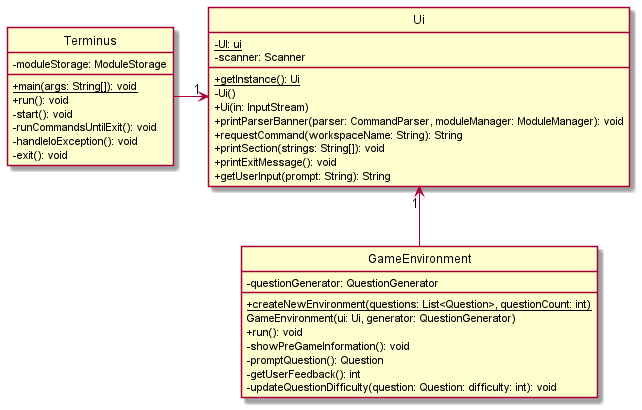
nus-cs2113-AY2122S1/tp keeps this PlantUML diagram as docs/attachments/UIClassDiagram.png. Above is the earlier version. The source it was exported from:
```plantuml
@startuml

skinparam classAttributeIconSize 0
hide circle

class Terminus {
  - moduleStorage: ModuleStorage
  + {static} main(args: String[]): void
  + run(): void
  - start(): void
  - runCommandsUntilExit(): void
  - handleIoException(): void
  - exit(): void
}

class Ui {
  - {static} UI: ui
  - scanner: Scanner
  + {static} getInstance(): Ui
  - Ui()
  + Ui(in: InputStream)
  + printParserBanner(parser: CommandParser, moduleManager: ModuleManager): void
  + requestCommand(workspaceName: String): String
  + printSection(strings: String[]): void
  + printExitMessage(): void
  + getUserInput(prompt: String): String
}

class GameEnvironment {
  - questionGenerator: QuestionGenerator
  + {static} createNewEnvironment(questions: List<Question>, questionCount: int)
  GameEnvironment(ui: Ui, generator: QuestionGenerator)
  + run(): void
  - showPreGameInformation(): void
  - promptQuestion(): Question
  - getUserFeedback(): int
  - updateQuestionDifficulty(question: Question: difficulty: int): void
}

Terminus -> "1" Ui
Ui "1" <-- GameEnvironment

@enduml
```
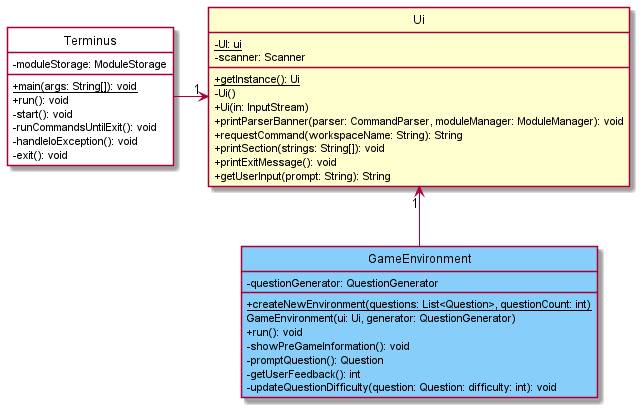
Above is the later version.

What changed in the source:
```diff
@@ -1,9 +1,8 @@
 @startuml
 
-skinparam classAttributeIconSize 0
-hide circle
+!include ClassStyle.puml
 
-class Terminus {
+class Terminus TERMINUS_COLOR{
   - moduleStorage: ModuleStorage
   + {static} main(args: String[]): void
   + run(): void
@@ -26,7 +25,7 @@
   + getUserInput(prompt: String): String
 }
 
-class GameEnvironment {
+class GameEnvironment ACTIVERECALL_COLOR{
   - questionGenerator: QuestionGenerator
   + {static} createNewEnvironment(questions: List<Question>, questionCount: int)
   GameEnvironment(ui: Ui, generator: QuestionGenerator)
```
